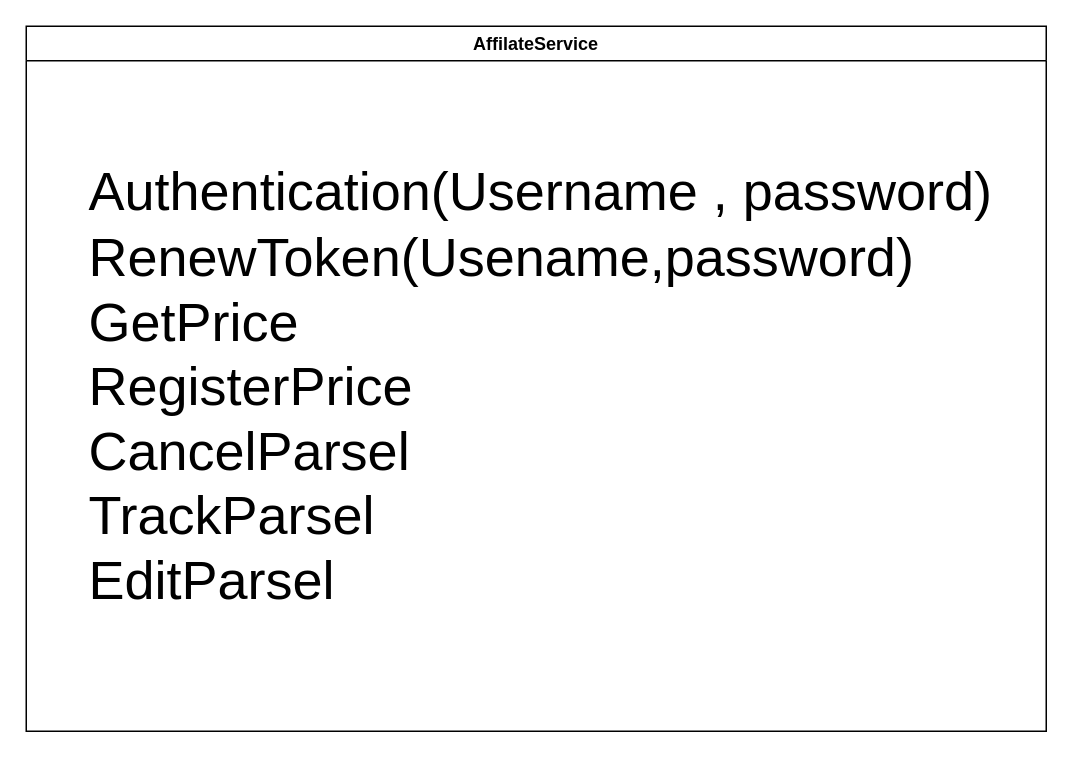
The draw.io diagram 03-Service-Provider/Diagrams/ServiceProvider.drawio in behrangaghili/Postex-Documents_Diagrams, before the edit. Source tidied: cells renumbered, new cells numbered last; positions are measured from the earlier drawing's top-left corner, leaving out a move shared by most shapes. Both pictures are drawn from the tidied source at 150%, with x=0, y=0 at pixel (26, 26).
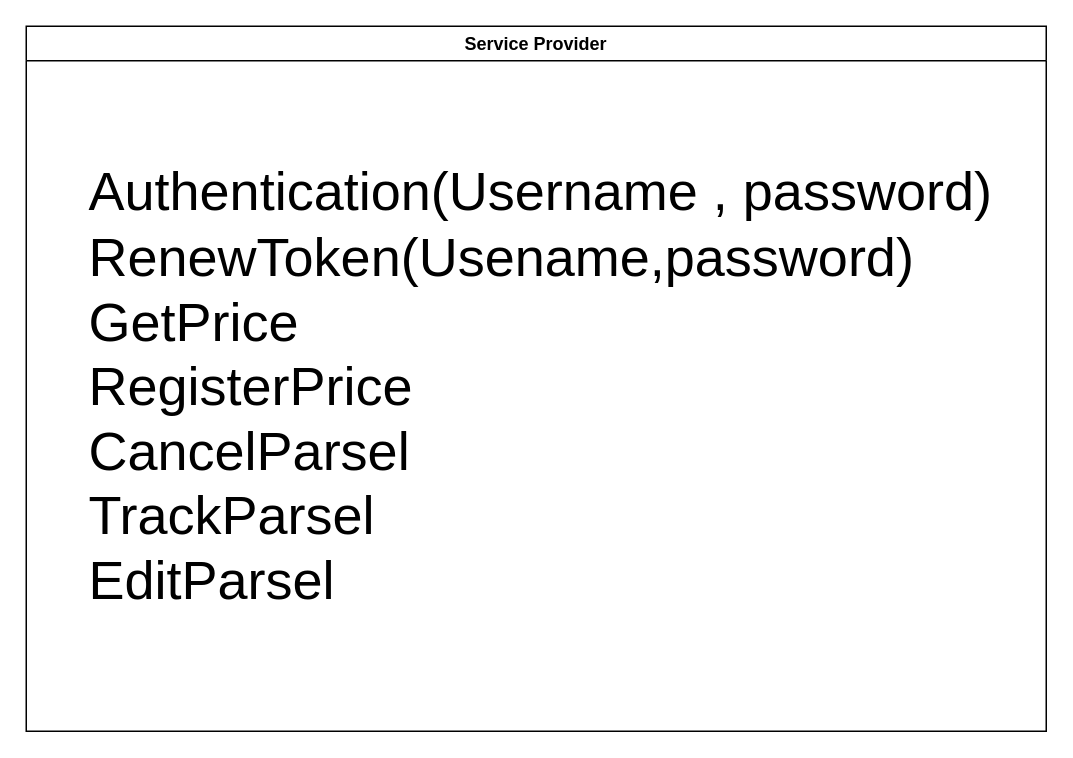
After the change.

Commit message (it also covers changes not shown here):
Edit contract service part

Diff of the diagram source:
```diff
@@
 <mxGraphModel>
   <root>
     <mxCell id="0" />
     <mxCell id="1" parent="0" />
-    <mxCell id="2" value="AffilateService" style="swimlane;" parent="1" vertex="1">
+    <mxCell id="2" value="Service Provider" style="swimlane;" parent="1" vertex="1">
       <mxGeometry width="680" height="470" as="geometry" />
     </mxCell>
     <mxCell id="3" value="Authentication(Username , password)&lt;br&gt;RenewToken(Usename,password)&lt;br&gt;GetPrice&lt;br&gt;RegisterPrice&lt;br&gt;CancelParsel&lt;br&gt;TrackParsel&lt;br&gt;EditParsel&lt;br&gt;" style="text;html=1;align=left;verticalAlign=middle;strokeColor=none;fillColor=none;fontSize=36;" parent="2" vertex="1">
       <mxGeometry x="40" y="90" width="620" height="300" as="geometry" />
     </mxCell>
   </root>
 </mxGraphModel>
```
